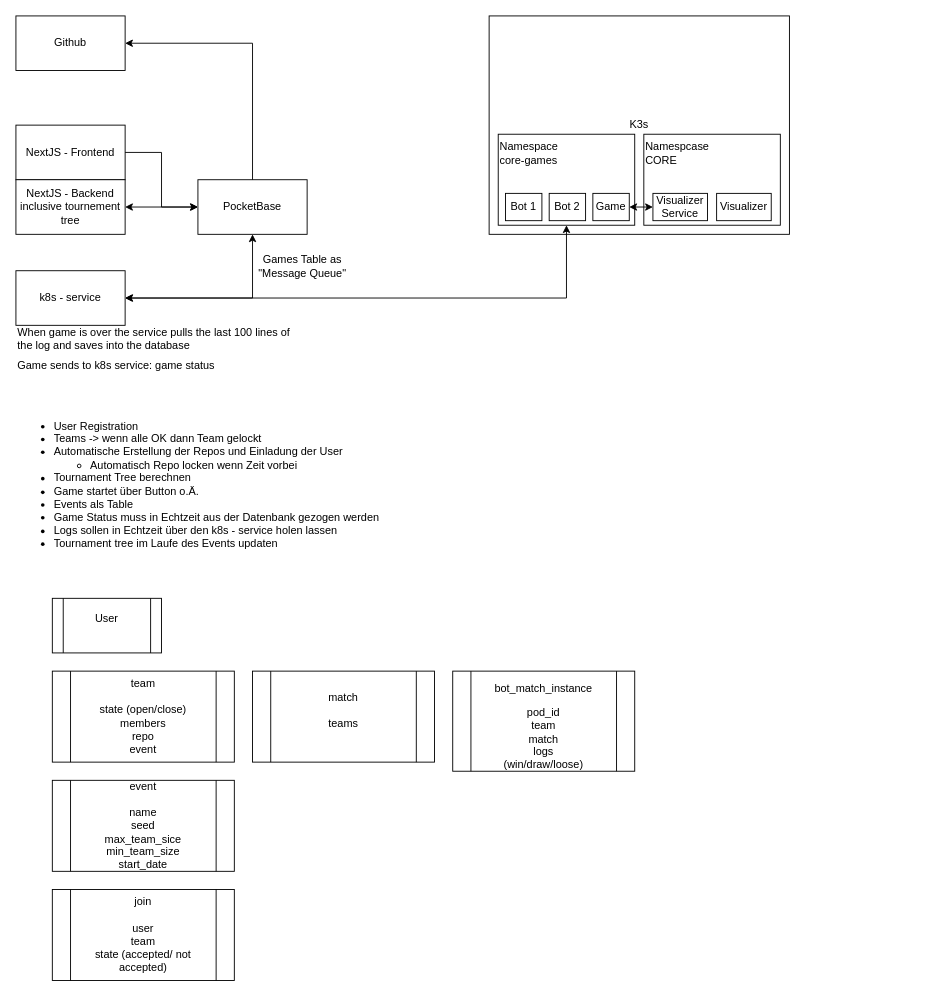
Before: CORE-Layout.drawio in 42core-team/website_relaunch, a draw.io diagram. Source tidied: cells renumbered, new cells numbered last; positions are measured from the earlier drawing's top-left corner, leaving out a move shared by most shapes. Both pictures are drawn from the tidied source at 91%, with x=0, y=0 at pixel (15, 15).
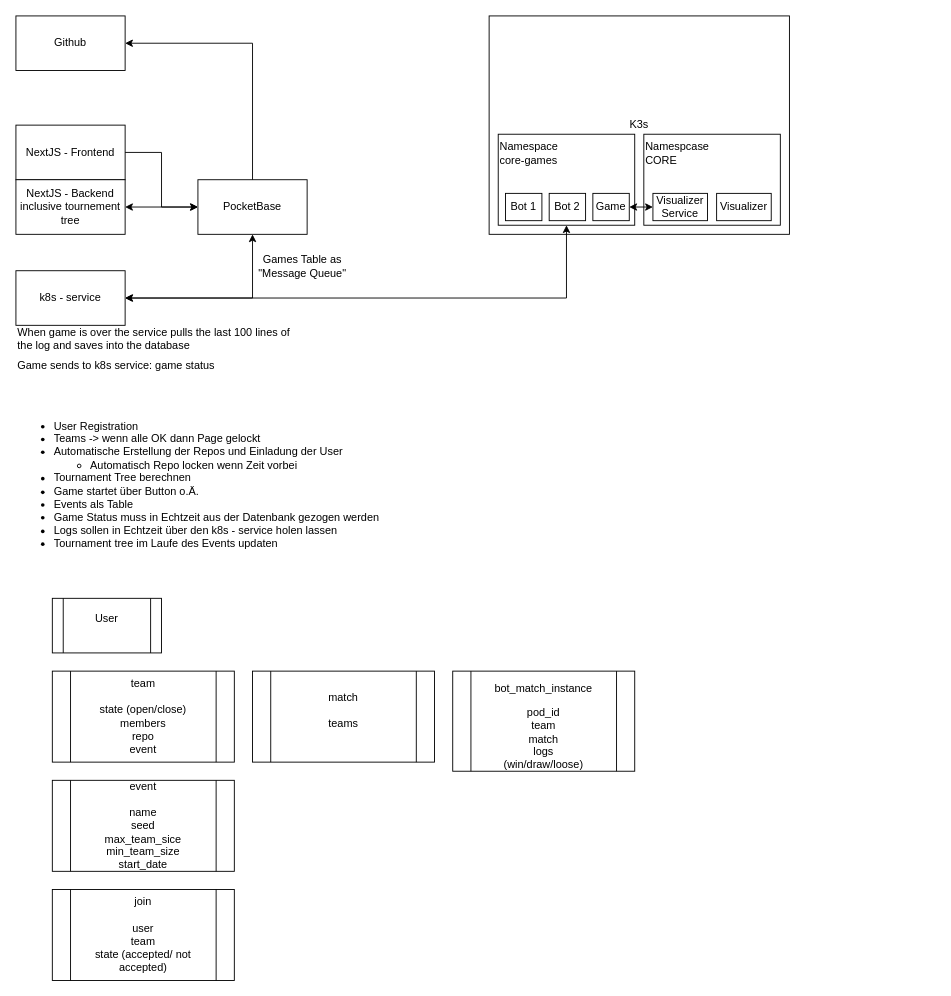
The same diagram, later.

The edit, as a diff of the source:
```diff
@@
-    <mxCell id="24" value="&lt;ul&gt;&lt;li&gt;User Registration&lt;/li&gt;&lt;li&gt;Teams -&amp;gt; wenn alle OK dann Team gelockt&lt;/li&gt;&lt;li&gt;Automatische Erstellung der Repos und Einladung der User&lt;/li&gt;&lt;ul&gt;&lt;li&gt;Automatisch Repo locken wenn Zeit vorbei&lt;/li&gt;&lt;/ul&gt;&lt;li&gt;Tournament Tree berechnen&lt;/li&gt;&lt;li&gt;Game startet über Button o.Ä.&lt;/li&gt;&lt;li&gt;Events als Table&lt;/li&gt;&lt;li&gt;Game Status muss in Echtzeit aus der Datenbank gezogen werden&lt;/li&gt;&lt;li&gt;Logs sollen in Echtzeit über den k8s - service holen lassen&lt;/li&gt;&lt;li&gt;Tournament tree im Laufe des Events updaten&lt;/li&gt;&lt;/ul&gt;" style="text;html=1;align=left;verticalAlign=middle;whiteSpace=wrap;rounded=0;" parent="1" vertex="1">
+    <mxCell id="24" value="&lt;ul&gt;&lt;li&gt;User Registration&lt;/li&gt;&lt;li&gt;Teams -&amp;gt; wenn alle OK dann Page gelockt&lt;/li&gt;&lt;li&gt;Automatische Erstellung der Repos und Einladung der User&lt;/li&gt;&lt;ul&gt;&lt;li&gt;Automatisch Repo locken wenn Zeit vorbei&lt;/li&gt;&lt;/ul&gt;&lt;li&gt;Tournament Tree berechnen&lt;/li&gt;&lt;li&gt;Game startet über Button o.Ä.&lt;/li&gt;&lt;li&gt;Events als Table&lt;/li&gt;&lt;li&gt;Game Status muss in Echtzeit aus der Datenbank gezogen werden&lt;/li&gt;&lt;li&gt;Logs sollen in Echtzeit über den k8s - service holen lassen&lt;/li&gt;&lt;li&gt;Tournament tree im Laufe des Events updaten&lt;/li&gt;&lt;/ul&gt;" style="text;html=1;align=left;verticalAlign=middle;whiteSpace=wrap;rounded=0;" parent="1" vertex="1">
       <mxGeometry y="400" width="1010" height="230" as="geometry" />
     </mxCell>
```
